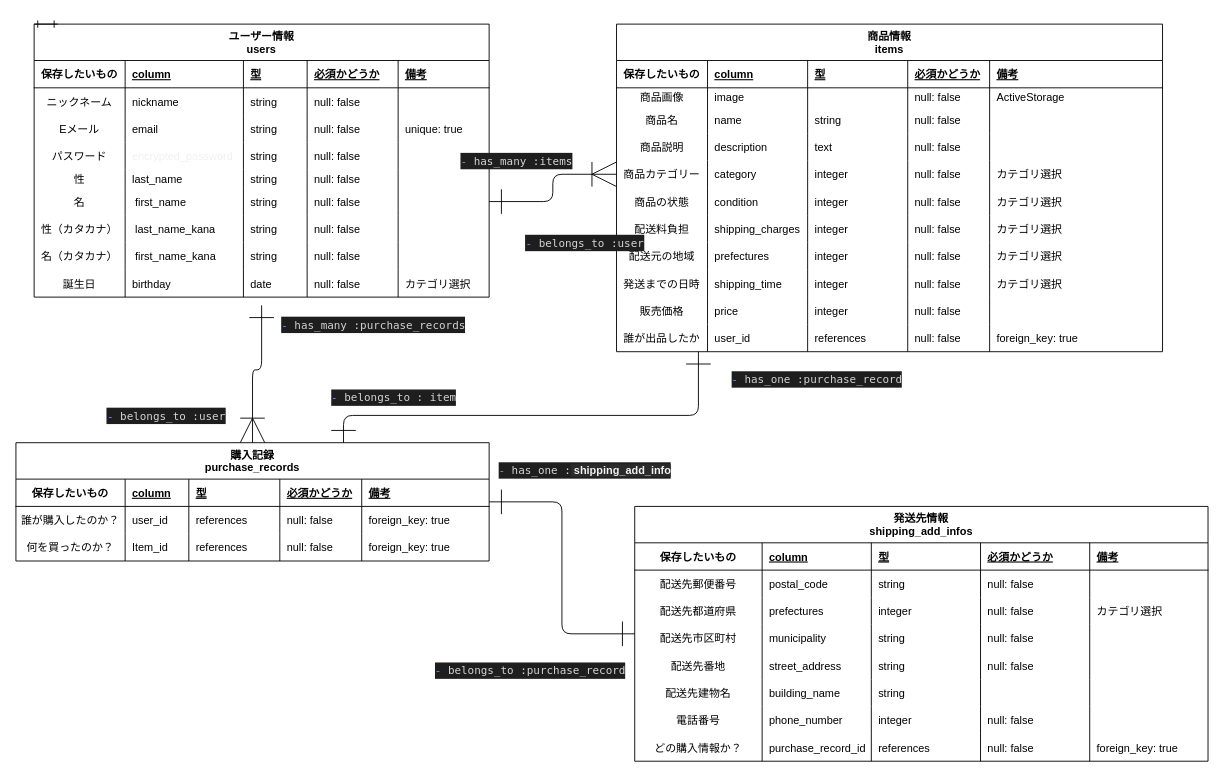
The draw.io diagram ER図.drawio in DEXIZA/furima-35503, before the edit. Source tidied: cells renumbered, new cells numbered last; positions are measured from the earlier drawing's top-left corner, leaving out a move shared by most shapes. Both pictures are drawn from the tidied source at 91%, with x=0, y=0 at pixel (15, 24).
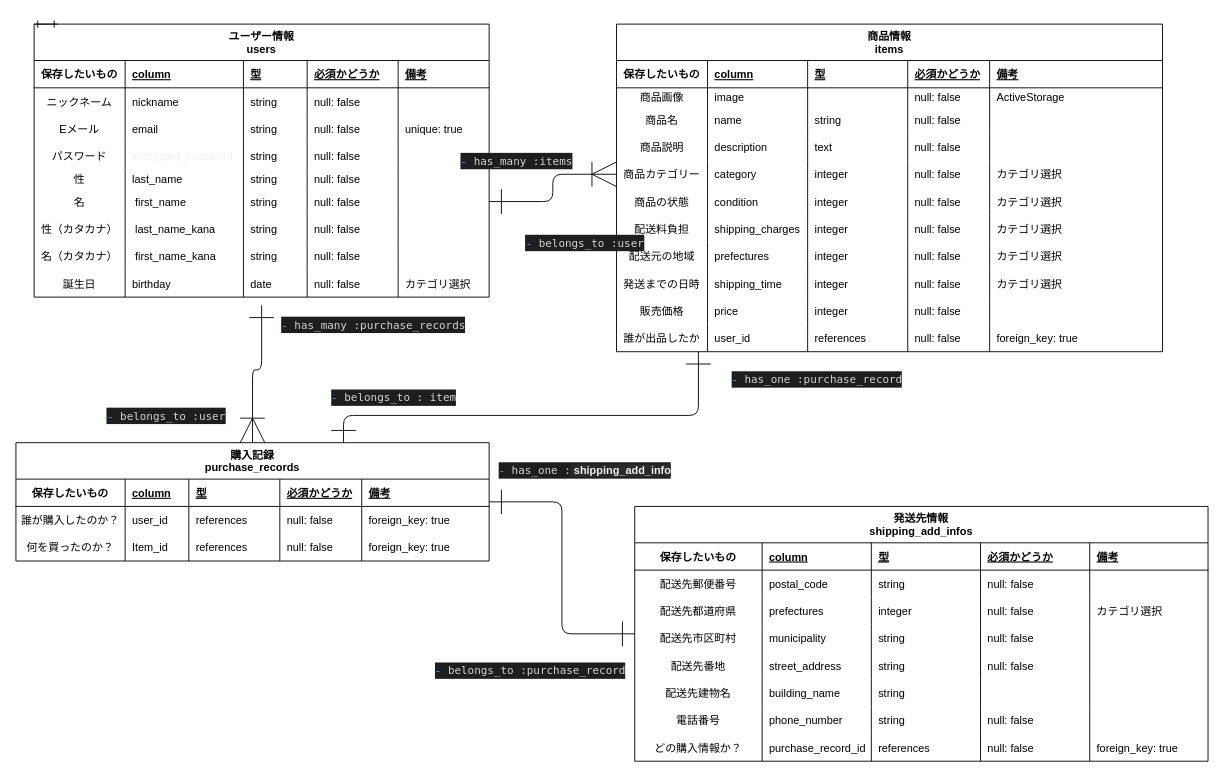
The same page after the edit.

Commit message (it also covers changes not shown here):
コードレビュー4

Unchanged cells that the change refers to:
```xml
<mxCell id="180" style="shape=partialRectangle;fillColor=none;top=0;left=0;bottom=0;right=0;" parent="143" vertex="1">
  <mxGeometry y="220" width="630" height="30" as="geometry" />
</mxCell>
```

Diff of the diagram source:
```diff
@@
-    <mxCell id="183" value="integer" style="shape=partialRectangle;fillColor=none;top=0;left=0;bottom=0;right=0;align=left;spacingLeft=6;overflow=hidden;" parent="180" vertex="1">
+    <mxCell id="183" value="string" style="shape=partialRectangle;fillColor=none;top=0;left=0;bottom=0;right=0;align=left;spacingLeft=6;overflow=hidden;" parent="180" vertex="1">
       <mxGeometry x="260" width="120" height="30" as="geometry" />
     </mxCell>
```
